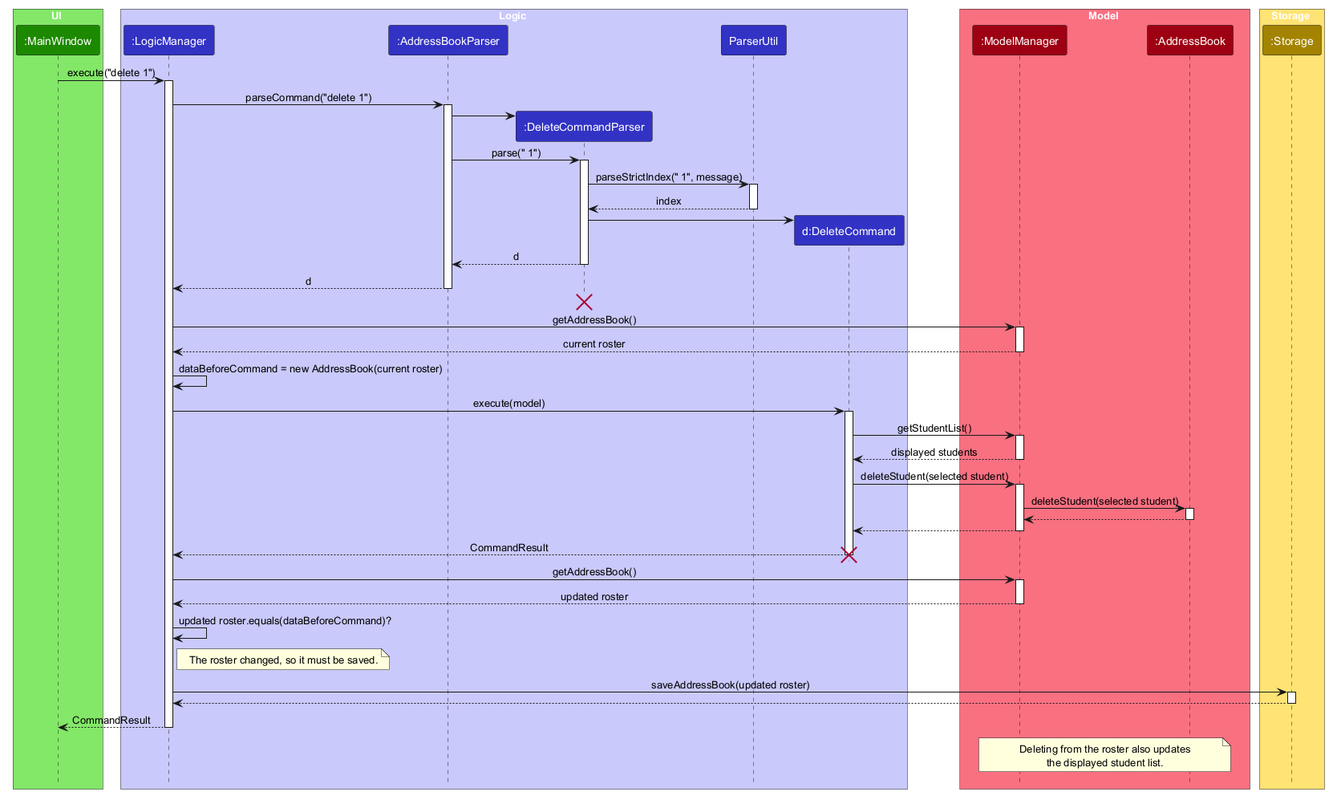
The PlantUML diagram docs/images/StudentDeleteSequenceDiagram.png in AY2627S1-CS2103-F12-1/tp, before a commit.
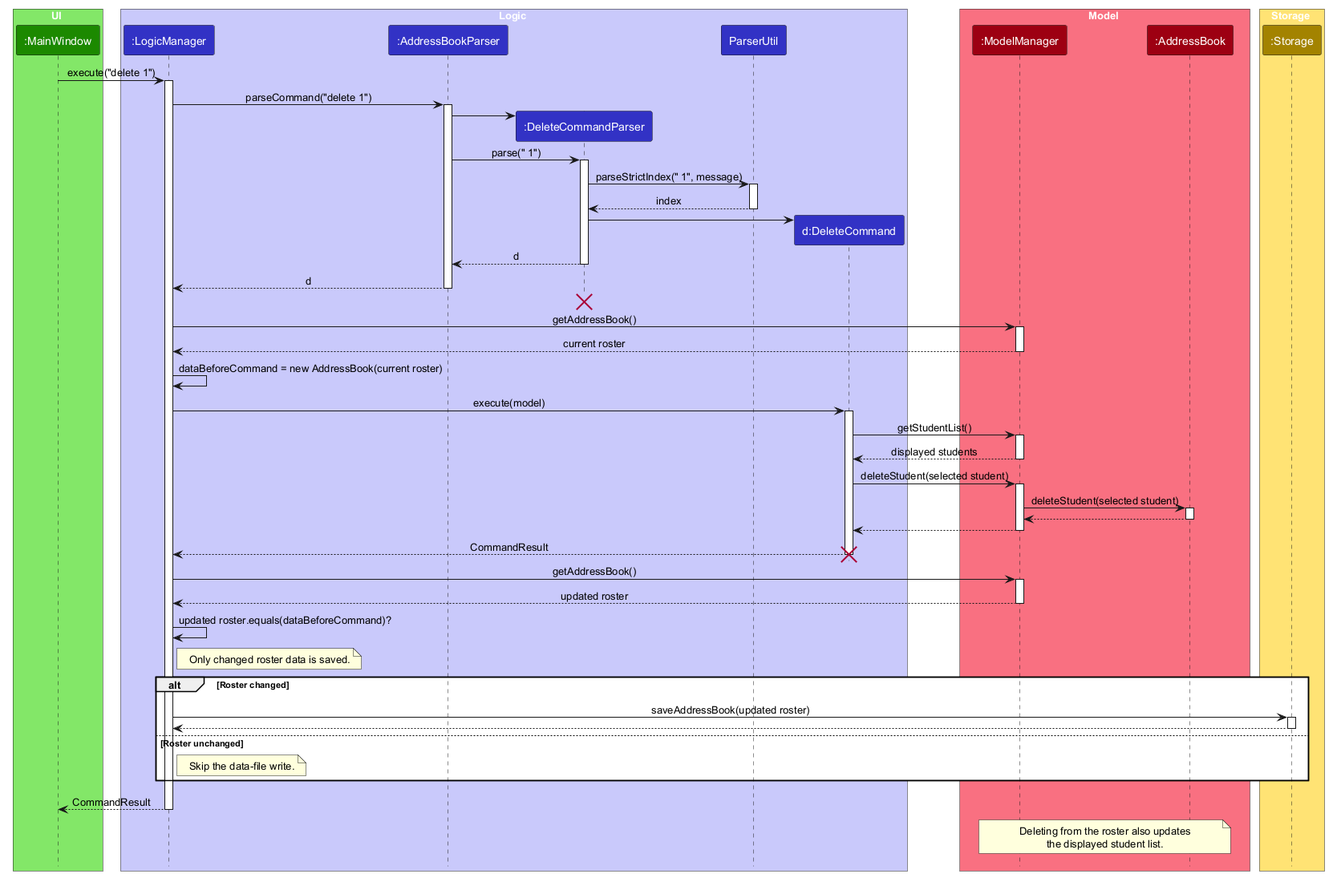
Later version of the same file.

Commit message:
Show conditional save in student delete diagram

The Developer Guide already describes LogicManager skipping saves

when data is unchanged. Make the student-deletion sequence diagram

show that decision before writing to storage, so the diagram agrees

with the documented behavior.

What changed in the source:
```diff
@@ -79,13 +79,19 @@
 deactivate ModelManager
 LogicManager -> LogicManager : updated roster.equals(dataBeforeCommand)?
 note right of LogicManager
-  The roster changed, so it must be saved.
+  Only changed roster data is saved.
 end note
 
-LogicManager -> Storage : saveAddressBook(updated roster)
-activate Storage
-Storage --> LogicManager
-deactivate Storage
+alt Roster changed
+  LogicManager -> Storage : saveAddressBook(updated roster)
+  activate Storage
+  Storage --> LogicManager
+  deactivate Storage
+else Roster unchanged
+  note right of LogicManager
+    Skip the data-file write.
+  end note
+end
 
 LogicManager --> MainWindow : CommandResult
 deactivate LogicManager
```
